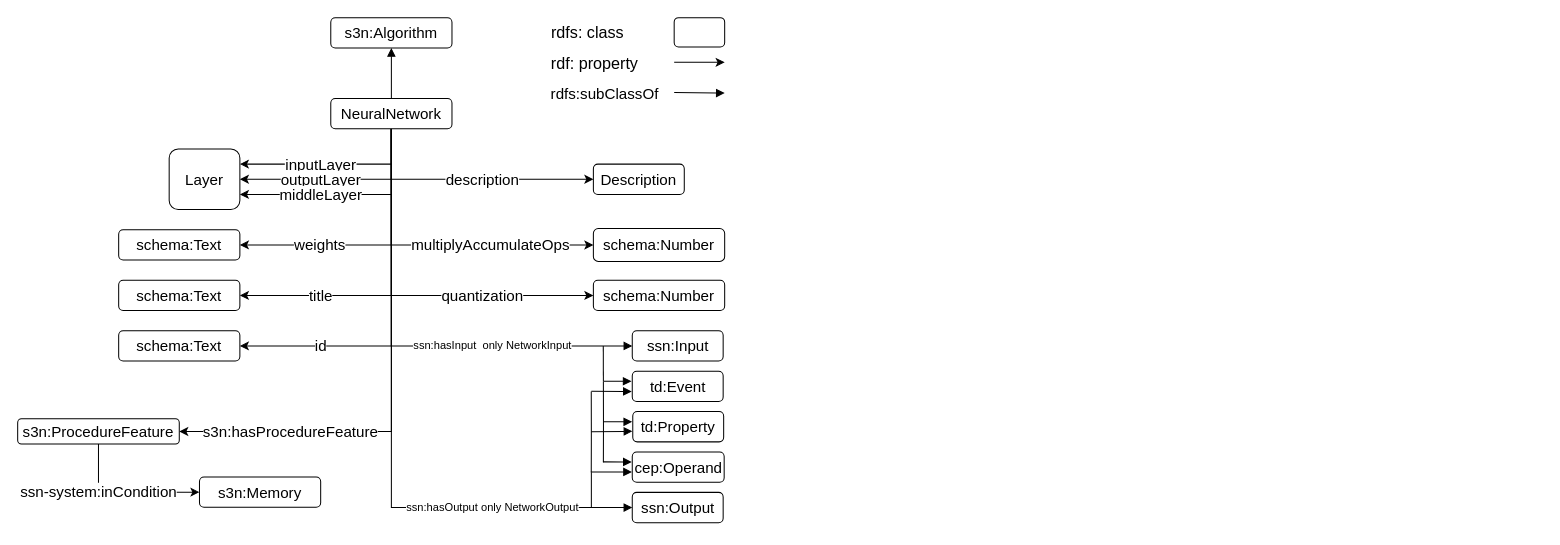
Before: Untitled Diagram 1.drawio in Haoyu-R/appendix, a draw.io diagram. Source tidied: cells renumbered, new cells numbered last; positions are measured from the earlier drawing's top-left corner, leaving out a move shared by most shapes. Both pictures are drawn from the tidied source at 101%, with x=0, y=0 at pixel (17, 17).
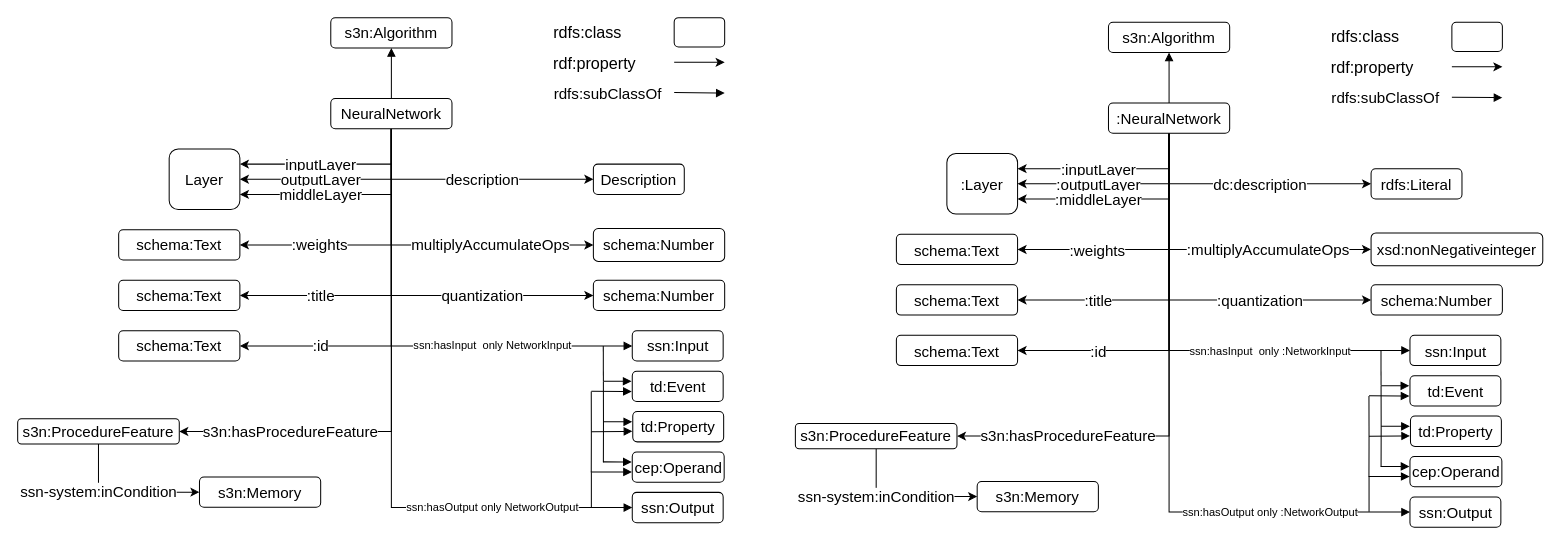
The same page after the edit.

Unchanged cells that the change refers to:
```xml
<mxCell id="16" value="NeuralNetwork" style="rounded=1;whiteSpace=wrap;html=1;fontSize=15;" parent="1" vertex="1">
  <mxGeometry x="310" y="80" width="120" height="30" as="geometry" />
</mxCell>
<mxCell id="17" value="schema:Text" style="rounded=1;whiteSpace=wrap;html=1;fontSize=15;" parent="1" vertex="1">
  <mxGeometry x="100" y="210" width="120" height="30" as="geometry" />
</mxCell>
<mxCell id="22" value="schema:Text" style="rounded=1;whiteSpace=wrap;html=1;fontSize=15;" parent="1" vertex="1">
  <mxGeometry x="100" y="310" width="120" height="30" as="geometry" />
</mxCell>
```

Diff of the diagram source:
```diff
@@
-    <mxCell id="3" value="title" style="edgeStyle=orthogonalEdgeStyle;rounded=0;jettySize=auto;html=1;exitX=0.5;exitY=1;exitDx=0;exitDy=0;fontSize=15;" parent="1" edge="1" source="16">
+    <mxCell id="3" value=":title" style="edgeStyle=orthogonalEdgeStyle;rounded=0;jettySize=auto;html=1;exitX=0.5;exitY=1;exitDx=0;exitDy=0;fontSize=15;" parent="1" edge="1" source="16">
       <mxGeometry x="0.49" relative="1" as="geometry">
         <mxPoint x="220" y="275" as="targetPoint" />
         <Array as="points">
           <mxPoint x="370" y="275" />
         </Array>
       </mxGeometry>
     </mxCell>
-    <mxCell id="4" value="id" style="edgeStyle=orthogonalEdgeStyle;rounded=0;jettySize=auto;html=1;exitX=0.5;exitY=1;exitDx=0;exitDy=0;entryX=1;entryY=0.5;entryDx=0;entryDy=0;fontSize=15;" parent="1" edge="1" source="16" target="22">
+    <mxCell id="4" value=":id" style="edgeStyle=orthogonalEdgeStyle;rounded=0;jettySize=auto;html=1;exitX=0.5;exitY=1;exitDx=0;exitDy=0;entryX=1;entryY=0.5;entryDx=0;entryDy=0;fontSize=15;" parent="1" edge="1" source="16" target="22">
       <mxGeometry x="0.56" relative="1" as="geometry" />
     </mxCell>
-    <mxCell id="5" value="weights" style="edgeStyle=orthogonalEdgeStyle;rounded=0;jettySize=auto;html=1;exitX=0.5;exitY=1;exitDx=0;exitDy=0;entryX=1;entryY=0.5;entryDx=0;entryDy=0;fontSize=15;" parent="1" edge="1" source="16" target="17">
+    <mxCell id="5" value=":weights" style="edgeStyle=orthogonalEdgeStyle;rounded=0;jettySize=auto;html=1;exitX=0.5;exitY=1;exitDx=0;exitDy=0;entryX=1;entryY=0.5;entryDx=0;entryDy=0;fontSize=15;" parent="1" edge="1" source="16" target="17">
       <mxGeometry x="0.4" relative="1" as="geometry" />
     </mxCell>
@@
-    <mxCell id="26" value="rdfs: class" style="text;html=1;align=center;verticalAlign=middle;strokeColor=none;fontSize=16;" parent="1" vertex="1">
-      <mxGeometry x="519" y="4.5" width="90" height="20" as="geometry" />
+    <mxCell id="26" value="rdfs:class" style="text;html=1;align=center;verticalAlign=middle;strokeColor=none;fontSize=16;" parent="1" vertex="1">
+      <mxGeometry x="524" y="4.5" width="80" height="20" as="geometry" />
     </mxCell>
-    <mxCell id="27" value="rdf: property" style="text;html=1;align=center;verticalAlign=middle;strokeColor=none;fontSize=16;" parent="1" vertex="1">
+    <mxCell id="27" value="rdf:property" style="text;html=1;align=center;verticalAlign=middle;strokeColor=none;fontSize=16;" parent="1" vertex="1">
       <mxGeometry x="521" y="34.5" width="100" height="20" as="geometry" />
     </mxCell>
@@
     <mxCell id="33" value="rdfs:subClassOf" style="text;html=1;align=center;verticalAlign=middle;strokeColor=none;fontSize=15;" parent="1" vertex="1">
-      <mxGeometry x="521" y="64.5" width="120" height="20" as="geometry" />
+      <mxGeometry x="524" y="64.5" width="120" height="20" as="geometry" />
     </mxCell>
@@
+    <mxCell id="51" value="s3n:Algorithm" style="rounded=1;whiteSpace=wrap;html=1;fontSize=15;" parent="1" vertex="1">
+      <mxGeometry x="1080" y="4.5" width="120" height="30" as="geometry" />
+    </mxCell>
+    <mxCell id="52" value=":title" style="edgeStyle=orthogonalEdgeStyle;rounded=0;jettySize=auto;html=1;exitX=0.5;exitY=1;exitDx=0;exitDy=0;fontSize=15;" parent="1" edge="1" source="65">
+      <mxGeometry x="0.49" relative="1" as="geometry">
+        <mxPoint x="990" y="279.5" as="targetPoint" />
+        <Array as="points">
+          <mxPoint x="1140" y="279.5" />
+        </Array>
+      </mxGeometry>
+    </mxCell>
+    <mxCell id="53" value=":id" style="edgeStyle=orthogonalEdgeStyle;rounded=0;jettySize=auto;html=1;exitX=0.5;exitY=1;exitDx=0;exitDy=0;entryX=1;entryY=0.5;entryDx=0;entryDy=0;fontSize=15;" parent="1" edge="1" source="65" target="71">
+      <mxGeometry x="0.56" relative="1" as="geometry" />
+    </mxCell>
+    <mxCell id="54" value=":weights" style="edgeStyle=orthogonalEdgeStyle;rounded=0;jettySize=auto;html=1;exitX=0.5;exitY=1;exitDx=0;exitDy=0;entryX=1;entryY=0.5;entryDx=0;entryDy=0;fontSize=15;" parent="1" edge="1" source="65" target="66">
+      <mxGeometry x="0.4" relative="1" as="geometry" />
+    </mxCell>
+    <mxCell id="55" value=":inputLayer" style="edgeStyle=orthogonalEdgeStyle;rounded=0;jettySize=auto;html=1;exitX=0.5;exitY=1;exitDx=0;exitDy=0;entryX=1;entryY=0.25;entryDx=0;entryDy=0;fontSize=15;" parent="1" edge="1" source="65" target="67">
+      <mxGeometry x="0.14" relative="1" as="geometry" />
+    </mxCell>
+    <mxCell id="56" value=":outputLayer" style="edgeStyle=orthogonalEdgeStyle;rounded=0;jettySize=auto;html=1;exitX=0.5;exitY=1;exitDx=0;exitDy=0;entryX=1;entryY=0.5;entryDx=0;entryDy=0;fontSize=15;" parent="1" edge="1" source="65" target="67">
+      <mxGeometry x="0.2" relative="1" as="geometry" />
+    </mxCell>
+    <mxCell id="57" value=":middleLayer" style="edgeStyle=orthogonalEdgeStyle;rounded=0;jettySize=auto;html=1;exitX=0.5;exitY=1;exitDx=0;exitDy=0;entryX=1;entryY=0.75;entryDx=0;entryDy=0;fontSize=15;" parent="1" edge="1" source="65" target="67">
+      <mxGeometry x="0.26" relative="1" as="geometry" />
+    </mxCell>
+    <mxCell id="58" value="dc:description" style="edgeStyle=orthogonalEdgeStyle;rounded=0;jettySize=auto;html=1;exitX=0.5;exitY=1;exitDx=0;exitDy=0;entryX=0;entryY=0.5;entryDx=0;entryDy=0;fontSize=15;" parent="1" edge="1" source="65" target="72">
+      <mxGeometry x="0.12" relative="1" as="geometry" />
+    </mxCell>
+    <mxCell id="59" value=":multiplyAccumulateOps" style="edgeStyle=orthogonalEdgeStyle;rounded=0;jettySize=auto;html=1;exitX=0.5;exitY=1;exitDx=0;exitDy=0;entryX=0;entryY=0.5;entryDx=0;entryDy=0;fontSize=15;" parent="1" edge="1" source="65" target="68">
+      <mxGeometry x="0.35" relative="1" as="geometry" />
+    </mxCell>
+    <mxCell id="60" value=":quantization" style="edgeStyle=orthogonalEdgeStyle;rounded=0;jettySize=auto;html=1;exitX=0.5;exitY=1;exitDx=0;exitDy=0;entryX=0;entryY=0.5;entryDx=0;entryDy=0;fontSize=15;" parent="1" edge="1" source="65" target="69">
+      <mxGeometry x="0.4" relative="1" as="geometry" />
+    </mxCell>
+    <mxCell id="61" value="s3n:hasProcedureFeature" style="edgeStyle=orthogonalEdgeStyle;rounded=0;jettySize=auto;html=1;exitX=0.5;exitY=1;exitDx=0;exitDy=0;fontSize=15;endArrow=classic;endFill=1;entryX=1;entryY=0.5;entryDx=0;entryDy=0;" parent="1" edge="1" source="65" target="80">
+      <mxGeometry x="0.57" relative="1" as="geometry" />
+    </mxCell>
+    <mxCell id="62" style="edgeStyle=orthogonalEdgeStyle;rounded=0;jettySize=auto;html=1;exitX=0.5;exitY=0;exitDx=0;exitDy=0;entryX=0.5;entryY=1;entryDx=0;entryDy=0;fontSize=15;endArrow=block;endFill=1;" parent="1" edge="1" source="65" target="51">
+      <mxGeometry relative="1" as="geometry" />
+    </mxCell>
+    <mxCell id="63" value="ssn:hasInput&amp;nbsp; only :NetworkInput" style="edgeStyle=orthogonalEdgeStyle;rounded=0;jettySize=auto;html=1;exitX=0.5;exitY=1;exitDx=0;exitDy=0;entryX=0;entryY=0.5;entryDx=0;entryDy=0;endArrow=block;endFill=1;" parent="1" edge="1" source="65" target="88">
+      <mxGeometry x="0.39" relative="1" as="geometry" />
+    </mxCell>
+    <mxCell id="64" value="ssn:hasOutput only :NetworkOutput" style="edgeStyle=orthogonalEdgeStyle;rounded=0;jettySize=auto;html=1;exitX=0.5;exitY=1;exitDx=0;exitDy=0;entryX=0;entryY=0.5;entryDx=0;entryDy=0;endArrow=block;endFill=1;" parent="1" edge="1" source="65" target="89">
+      <mxGeometry x="0.55" relative="1" as="geometry" />
+    </mxCell>
+    <mxCell id="65" value=":NeuralNetwork" style="rounded=1;whiteSpace=wrap;html=1;fontSize=15;" parent="1" vertex="1">
+      <mxGeometry x="1080" y="84.5" width="120" height="30" as="geometry" />
+    </mxCell>
+    <mxCell id="66" value="schema:Text" style="rounded=1;whiteSpace=wrap;html=1;fontSize=15;" parent="1" vertex="1">
+      <mxGeometry x="870" y="214.5" width="120" height="30" as="geometry" />
+    </mxCell>
+    <mxCell id="67" value=":Layer" style="rounded=1;whiteSpace=wrap;html=1;fontSize=15;" parent="1" vertex="1">
+      <mxGeometry x="920" y="134.5" width="70" height="60" as="geometry" />
+    </mxCell>
+    <mxCell id="68" value="xsd:nonNegativeinteger" style="rounded=1;whiteSpace=wrap;html=1;fontSize=15;" parent="1" vertex="1">
+      <mxGeometry x="1340" y="213.2" width="170" height="32.5" as="geometry" />
+    </mxCell>
+    <mxCell id="69" value="schema:Number" style="rounded=1;whiteSpace=wrap;html=1;fontSize=15;" parent="1" vertex="1">
+      <mxGeometry x="1340" y="264.5" width="130" height="30" as="geometry" />
+    </mxCell>
+    <mxCell id="70" value="schema:Text" style="rounded=1;whiteSpace=wrap;html=1;fontSize=15;" parent="1" vertex="1">
+      <mxGeometry x="870" y="264.5" width="120" height="30" as="geometry" />
+    </mxCell>
+    <mxCell id="71" value="schema:Text" style="rounded=1;whiteSpace=wrap;html=1;fontSize=15;" parent="1" vertex="1">
+      <mxGeometry x="870" y="314.5" width="120" height="30" as="geometry" />
+    </mxCell>
+    <mxCell id="72" value="rdfs:Literal" style="rounded=1;whiteSpace=wrap;html=1;fontSize=15;" parent="1" vertex="1">
+      <mxGeometry x="1340" y="149.5" width="90" height="30" as="geometry" />
+    </mxCell>
+    <mxCell id="73" style="edgeStyle=orthogonalEdgeStyle;rounded=0;orthogonalLoop=1;jettySize=auto;html=1;exitX=0.5;exitY=1;exitDx=0;exitDy=0;fontSize=15;" parent="1" edge="1">
+      <mxGeometry relative="1" as="geometry">
+        <mxPoint x="1475" y="479.5" as="sourcePoint" />
+        <mxPoint x="1475" y="479.5" as="targetPoint" />
+      </mxGeometry>
+    </mxCell>
+    <mxCell id="74" style="rounded=1;whiteSpace=wrap;html=1;fontSize=16;" parent="1" vertex="1">
+      <mxGeometry x="1420" y="4.5" width="50" height="29" as="geometry" />
+    </mxCell>
+    <mxCell id="75" value="rdfs:class" style="text;html=1;align=center;verticalAlign=middle;strokeColor=none;fontSize=16;" parent="1" vertex="1">
+      <mxGeometry x="1294" y="9" width="80" height="20" as="geometry" />
+    </mxCell>
+    <mxCell id="76" value="rdf:property" style="text;html=1;align=center;verticalAlign=middle;strokeColor=none;fontSize=16;" parent="1" vertex="1">
+      <mxGeometry x="1291" y="39" width="100" height="20" as="geometry" />
+    </mxCell>
+    <mxCell id="77" style="endArrow=classic;html=1;fontSize=16;" parent="1" edge="1">
+      <mxGeometry relative="1" as="geometry">
+        <mxPoint x="1420" y="48.7" as="sourcePoint" />
+        <mxPoint x="1470" y="48.7" as="targetPoint" />
+        <Array as="points">
+          <mxPoint x="1430" y="48.7" />
+        </Array>
+      </mxGeometry>
+    </mxCell>
+    <mxCell id="78" style="endArrow=block;html=1;fontSize=16;endFill=1;" parent="1" edge="1">
+      <mxGeometry relative="1" as="geometry">
+        <mxPoint x="1420" y="78.7" as="sourcePoint" />
+        <mxPoint x="1470" y="79.2" as="targetPoint" />
+      </mxGeometry>
+    </mxCell>
+    <mxCell id="79" value="ssn-system:inCondition" style="edgeStyle=orthogonalEdgeStyle;rounded=0;jettySize=auto;html=1;exitX=0.5;exitY=1;exitDx=0;exitDy=0;entryX=0;entryY=0.5;entryDx=0;entryDy=0;fontSize=15;endArrow=classic;endFill=1;" parent="1" edge="1" source="80" target="81">
+      <mxGeometry x="-0.36" relative="1" as="geometry">
+        <Array as="points">
+          <mxPoint x="850" y="474.2" />
+        </Array>
+      </mxGeometry>
+    </mxCell>
+    <mxCell id="80" value="s3n:ProcedureFeature" style="rounded=1;whiteSpace=wrap;html=1;fontSize=15;" parent="1" vertex="1">
+      <mxGeometry x="770" y="401.8" width="160" height="25" as="geometry" />
+    </mxCell>
+    <mxCell id="81" value="s3n:Memory" style="rounded=1;whiteSpace=wrap;html=1;fontSize=15;" parent="1" vertex="1">
+      <mxGeometry x="950" y="459.2" width="120" height="30" as="geometry" />
+    </mxCell>
+    <mxCell id="82" value="rdfs:subClassOf" style="text;html=1;align=center;verticalAlign=middle;strokeColor=none;fontSize=15;" parent="1" vertex="1">
+      <mxGeometry x="1294" y="69" width="120" height="20" as="geometry" />
+    </mxCell>
+    <mxCell id="83" style="edgeStyle=orthogonalEdgeStyle;rounded=0;orthogonalLoop=1;jettySize=auto;html=1;exitX=0.5;exitY=1;exitDx=0;exitDy=0;" parent="1" edge="1">
+      <mxGeometry relative="1" as="geometry">
+        <mxPoint x="1464" y="382" as="sourcePoint" />
+        <mxPoint x="1464" y="382" as="targetPoint" />
+      </mxGeometry>
+    </mxCell>
+    <mxCell id="84" value="cep:Operand" style="rounded=1;whiteSpace=wrap;html=1;fontSize=15;" parent="1" vertex="1">
+      <mxGeometry x="1378.5" y="434.5" width="91" height="29.9" as="geometry" />
+    </mxCell>
+    <mxCell id="85" value="td:Event" style="rounded=1;whiteSpace=wrap;html=1;fontSize=15;" parent="1" vertex="1">
+      <mxGeometry x="1378.5" y="354.5" width="90" height="30" as="geometry" />
+    </mxCell>
+    <mxCell id="86" style="edgeStyle=orthogonalEdgeStyle;rounded=0;orthogonalLoop=1;jettySize=auto;html=1;exitX=0.5;exitY=1;exitDx=0;exitDy=0;fontSize=15;" parent="1" edge="1" source="85" target="85">
+      <mxGeometry relative="1" as="geometry" />
+    </mxCell>
+    <mxCell id="87" value="td:Property" style="rounded=1;whiteSpace=wrap;html=1;fontSize=15;" parent="1" vertex="1">
+      <mxGeometry x="1379" y="394.5" width="90" height="30" as="geometry" />
+    </mxCell>
+    <mxCell id="88" value="ssn:Input" style="rounded=1;whiteSpace=wrap;html=1;fontSize=15;" parent="1" vertex="1">
+      <mxGeometry x="1378.5" y="314.5" width="90" height="30" as="geometry" />
+    </mxCell>
+    <mxCell id="89" value="ssn:Output" style="rounded=1;whiteSpace=wrap;html=1;fontSize=15;" parent="1" vertex="1">
+      <mxGeometry x="1378.5" y="474.5" width="90" height="30" as="geometry" />
+    </mxCell>
+    <mxCell id="90" style="endArrow=block;html=1;endFill=1;entryX=-0.007;entryY=0.338;entryDx=0;entryDy=0;entryPerimeter=0;" parent="1" edge="1" target="87">
+      <mxGeometry relative="1" as="geometry">
+        <mxPoint x="1350" y="404.6" as="sourcePoint" />
+      </mxGeometry>
+    </mxCell>
+    <mxCell id="91" style="endArrow=block;html=1;entryX=-0.008;entryY=0.334;entryDx=0;entryDy=0;endFill=1;entryPerimeter=0;" parent="1" edge="1" target="85">
+      <mxGeometry relative="1" as="geometry">
+        <mxPoint x="1350" y="364.4" as="sourcePoint" />
+      </mxGeometry>
+    </mxCell>
+    <mxCell id="92" style="endArrow=block;html=1;endFill=1;entryX=-0.006;entryY=0.33;entryDx=0;entryDy=0;entryPerimeter=0;" parent="1" edge="1" target="84">
+      <mxGeometry relative="1" as="geometry">
+        <mxPoint x="1349.5" y="444.3" as="sourcePoint" />
+      </mxGeometry>
+    </mxCell>
+    <mxCell id="93" style="endArrow=none;html=1;" parent="1" edge="1">
+      <mxGeometry relative="1" as="geometry">
+        <mxPoint x="1349.9" y="444.6" as="sourcePoint" />
+        <mxPoint x="1349.9" y="364.6" as="targetPoint" />
+        <Array as="points">
+          <mxPoint x="1350" y="404.5" />
+        </Array>
+      </mxGeometry>
+    </mxCell>
+    <mxCell id="94" style="endArrow=none;html=1;" parent="1" edge="1">
+      <mxGeometry relative="1" as="geometry">
+        <mxPoint x="1349.9" y="364.5" as="sourcePoint" />
+        <mxPoint x="1349.8" y="329.5" as="targetPoint" />
+      </mxGeometry>
+    </mxCell>
+    <mxCell id="95" style="endArrow=none;html=1;" parent="1" edge="1">
+      <mxGeometry relative="1" as="geometry">
+        <mxPoint x="1338" y="489.2" as="sourcePoint" />
+        <mxPoint x="1338" y="454.5" as="targetPoint" />
+      </mxGeometry>
+    </mxCell>
+    <mxCell id="96" style="endArrow=block;html=1;endFill=1;entryX=-0.005;entryY=0.653;entryDx=0;entryDy=0;entryPerimeter=0;" parent="1" edge="1" target="87">
+      <mxGeometry relative="1" as="geometry">
+        <mxPoint x="1338" y="414.5" as="sourcePoint" />
+      </mxGeometry>
+    </mxCell>
+    <mxCell id="97" style="endArrow=block;html=1;entryX=-0.006;entryY=0.67;entryDx=0;entryDy=0;endFill=1;entryPerimeter=0;" parent="1" edge="1" target="85">
+      <mxGeometry relative="1" as="geometry">
+        <mxPoint x="1338" y="374.4" as="sourcePoint" />
+      </mxGeometry>
+    </mxCell>
+    <mxCell id="98" style="endArrow=block;html=1;entryX=-0.004;entryY=0.661;entryDx=0;entryDy=0;endFill=1;entryPerimeter=0;" parent="1" edge="1" target="84">
+      <mxGeometry relative="1" as="geometry">
+        <mxPoint x="1337.5" y="454.3" as="sourcePoint" />
+      </mxGeometry>
+    </mxCell>
+    <mxCell id="99" style="endArrow=none;html=1;" parent="1" edge="1">
+      <mxGeometry relative="1" as="geometry">
+        <mxPoint x="1337.9" y="454.6" as="sourcePoint" />
+        <mxPoint x="1337.9" y="374.6" as="targetPoint" />
+        <Array as="points">
+          <mxPoint x="1338" y="414.5" />
+        </Array>
+      </mxGeometry>
+    </mxCell>
```
